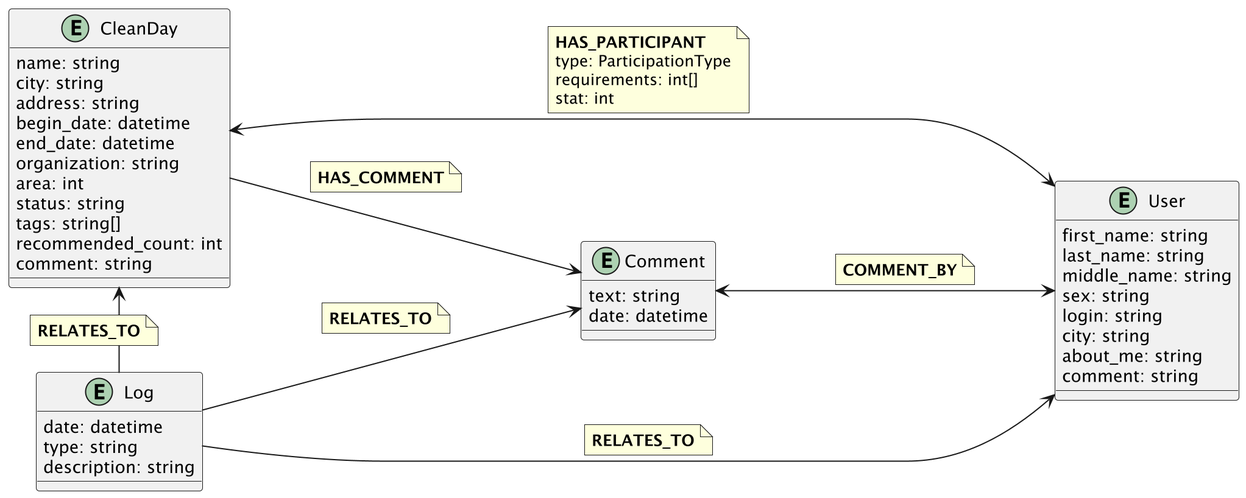
Before: db_model/graph.png, a diagram exported from PlantUML (moevm/nosql1h25-cleanday). Its source is kept beside it as db_model/graph.puml.
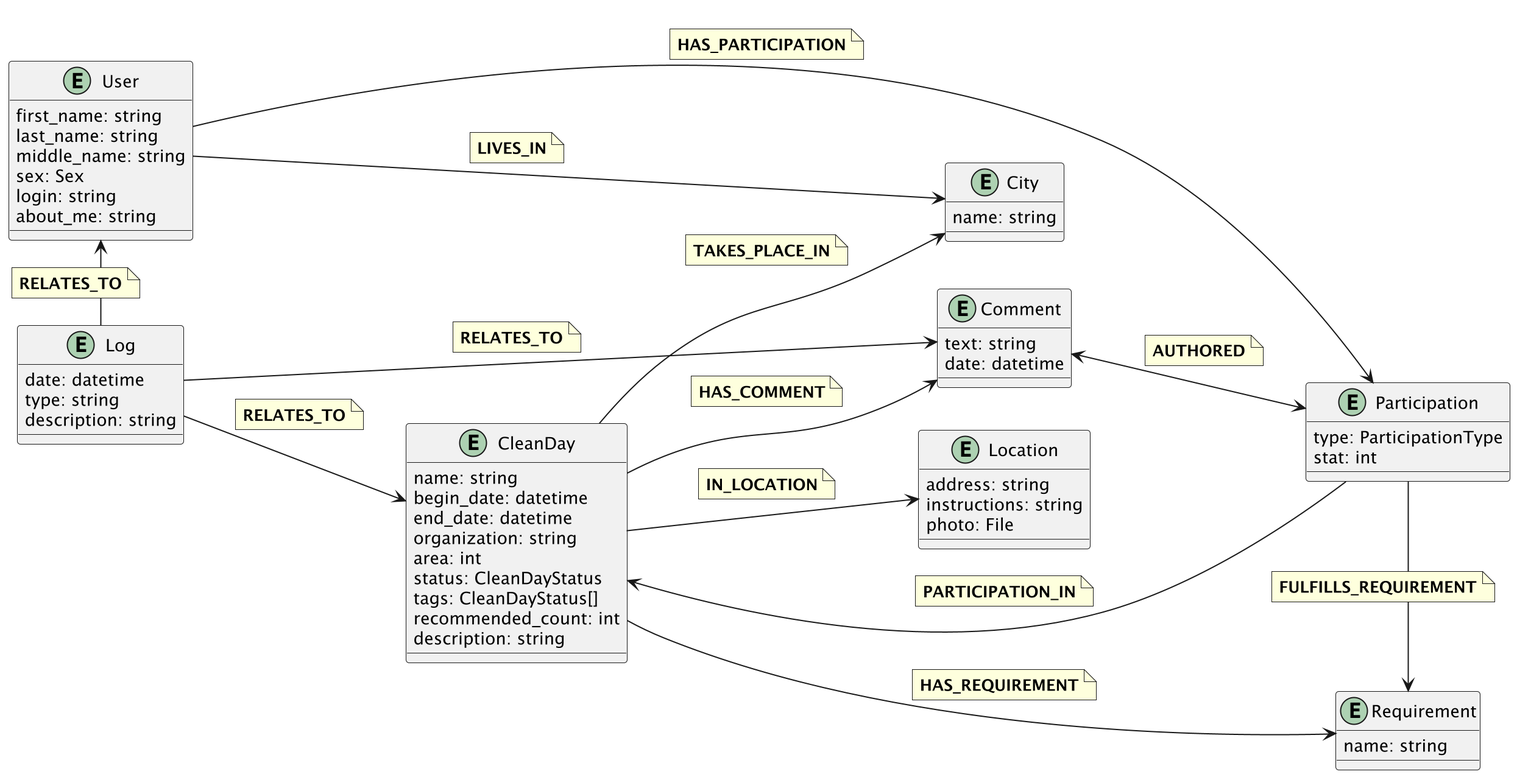
Later version of the same file.

Commit message:
docs: add new entities to db graph

Diff of the diagram source:
```diff
@@ -6,25 +6,21 @@
 first_name: string
 last_name: string
 middle_name: string
-sex: string
+sex: Sex
 login: string
-city: string
 about_me: string
-comment: string
 }
 
 entity "CleanDay" as cl_day {
 name: string
-city: string
-address: string
 begin_date: datetime
 end_date: datetime
 organization: string
 area: int
-status: string
-tags: string[]
+status: CleanDayStatus
+tags: CleanDayStatus[]
 recommended_count: int
-comment: string
+description: string
 }
 
 entity "Comment" as comm {
@@ -38,39 +34,83 @@
 description: string
 }
 
-user <---> cl_day
-note on link
-<b>HAS_PARTICIPANT</b>
+entity "Requirement" as rq {
+name: string
+}
+
+entity "City" as city {
+name: string
+}
+
+entity "Participation" as pr {
 type: ParticipationType
-requirements: int[]
 stat: int
-end note
+}
 
-cl_day ---> comm
+entity "Location" as loc {
+address: string
+instructions: string
+photo: File
+}
+
+cl_day --> comm
 note on link
 <b>HAS_COMMENT</b>
 end note
 
-comm <---> user
+comm <--> pr
 note on link
-<b>COMMENT_BY</b>
+<b>AUTHORED</b>
 end note
 
-log ---> user
+log --l> user
 note on link
 <b>RELATES_TO</b>
 end note
 
-log -l--> cl_day
+log --> cl_day
 note on link
 <b>RELATES_TO</b>
 end note
 
-log ---> comm
+log --> comm
 note on link
 <b>RELATES_TO</b>
 end note
 
+cl_day --> rq
+note on link
+<b>HAS_REQUIREMENT</b>
+end note
 
+cl_day --> city
+note on link
+<b>TAKES_PLACE_IN</b>
+end note
+
+user -> city
+note on link
+<b>LIVES_IN</b>
+end note
+
+user --> pr
+note on link
+<b>HAS_PARTICIPATION</b>
+end note
+
+pr --> cl_day
+note on link
+<b>PARTICIPATION_IN</b>
+end note
+
+cl_day --> loc
+note on link
+<b>IN_LOCATION</b>
+end note
+
+pr -> rq
+note on link
+<b>FULFILLS_REQUIREMENT</b>
+end note
 
 @enduml
```
